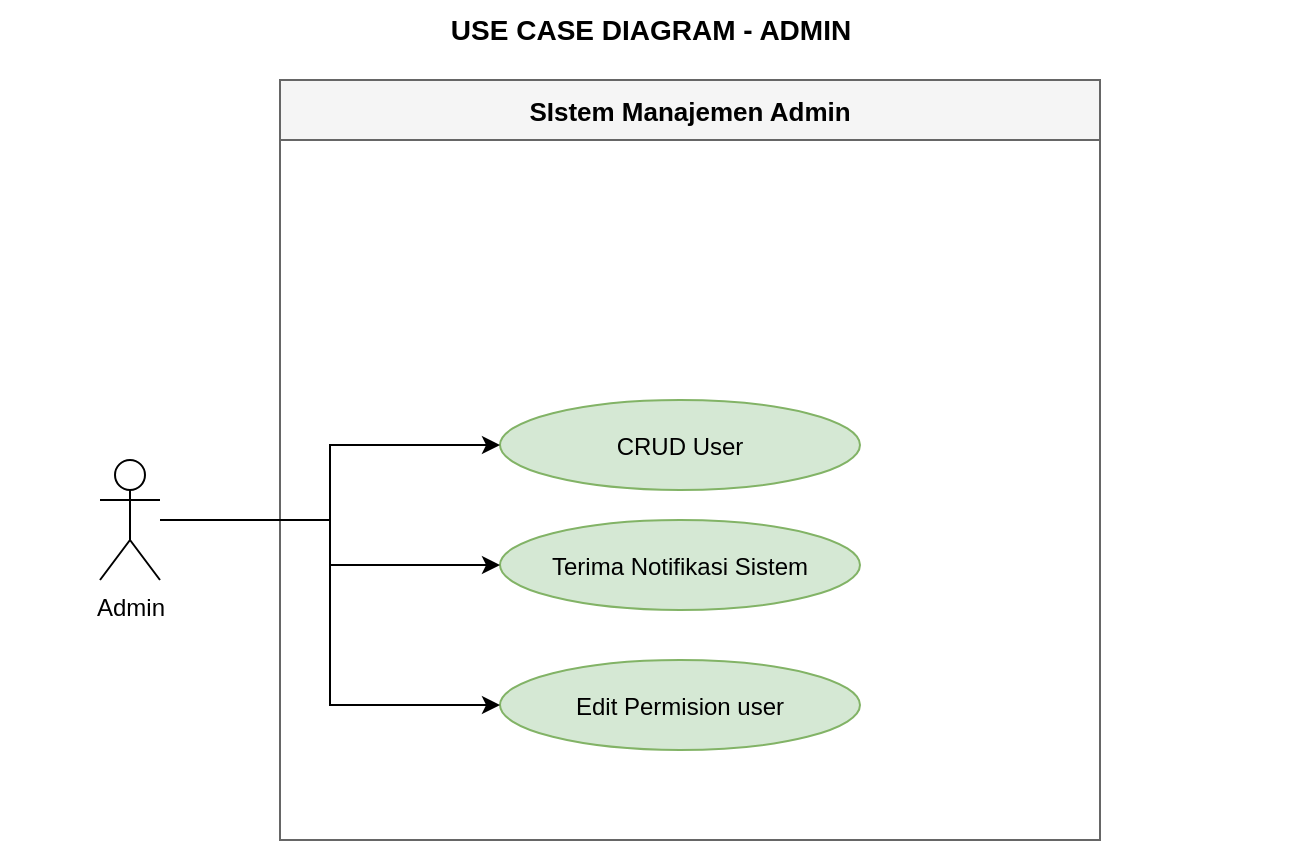
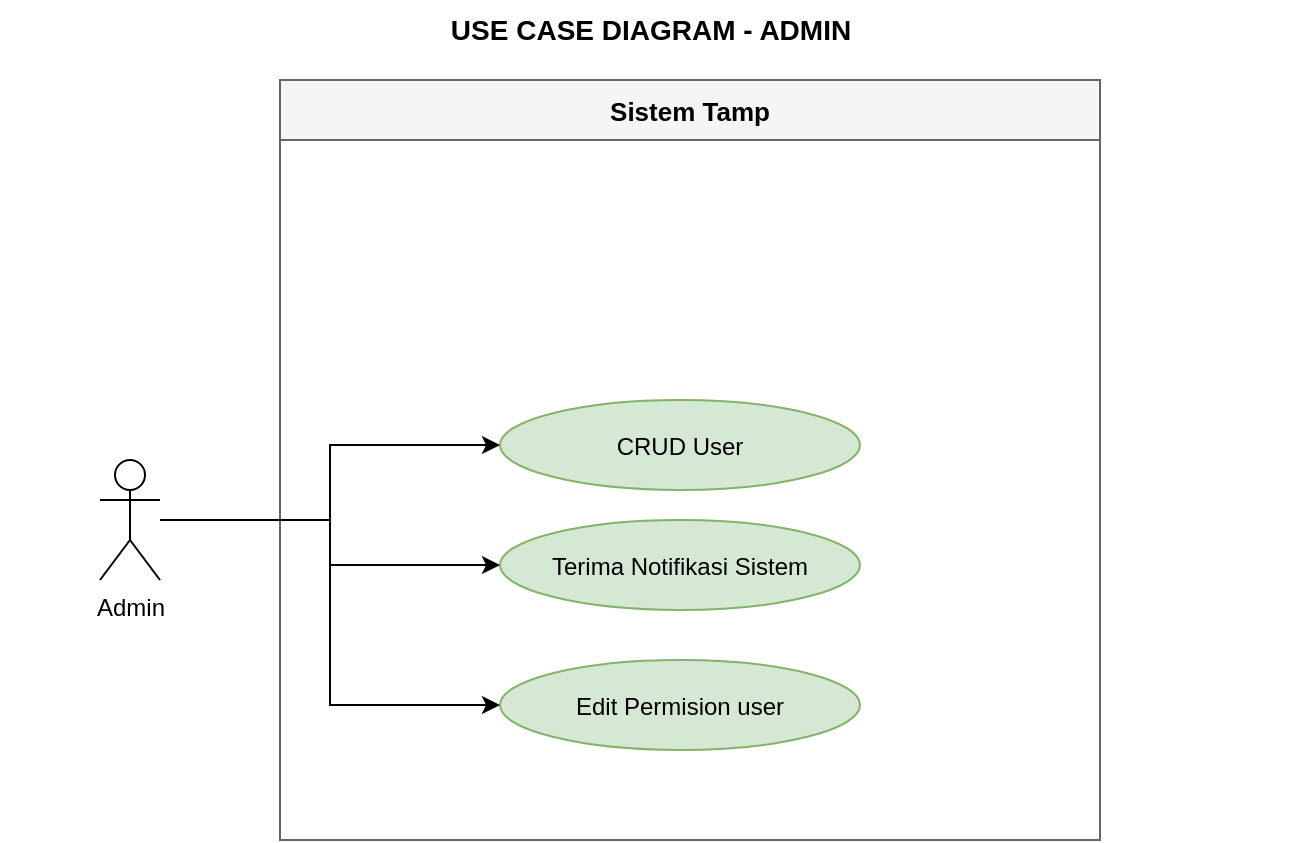
<mxfile host="app.diagrams.net">
  <diagram name="Page-1" id="07e47IpaDEZngo3Mefrk">
-     <mxGraphModel dx="1433" dy="1897" grid="1" gridSize="10" guides="1" tooltips="1" connect="1" arrows="1" fold="1" page="1" pageScale="1" pageWidth="827" pageHeight="1169" math="0" shadow="0">
+     <mxGraphModel dx="860" dy="1606" grid="1" gridSize="10" guides="1" tooltips="1" connect="1" arrows="1" fold="1" page="1" pageScale="1" pageWidth="827" pageHeight="1169" math="0" shadow="0">
      <root>
        <mxCell id="0" />
        <mxCell id="1" parent="0" />
-         <mxCell id="sys" parent="1" style="swimlane;startSize=30;fillColor=#f5f5f5;strokeColor=#666666;fontStyle=1;fontSize=13;" value="SIstem Manajemen Admin" vertex="1">
+         <mxCell id="sys" parent="1" style="swimlane;startSize=30;fillColor=#f5f5f5;strokeColor=#666666;fontStyle=1;fontSize=13;" value="Sistem Tamp" vertex="1">
          <mxGeometry height="380" width="410" x="160" y="20" as="geometry" />
        </mxCell>
        <mxCell id="uc7" parent="sys" style="ellipse;fillColor=#d5e8d4;strokeColor=#82b366;" value="CRUD User" vertex="1">
          <mxGeometry height="45" width="180" x="110" y="160" as="geometry" />
        </mxCell>
        <mxCell id="uc11" parent="sys" style="ellipse;fillColor=#d5e8d4;strokeColor=#82b366;" value="Terima Notifikasi Sistem" vertex="1">
          <mxGeometry height="45" width="180" x="110" y="220" as="geometry" />
        </mxCell>
        <mxCell id="Poq6jXN0e84af0s3L6gO-17" parent="sys" style="ellipse;fillColor=#d5e8d4;strokeColor=#82b366;" value="Edit Permision user" vertex="1">
          <mxGeometry height="45" width="180" x="110" y="290" as="geometry" />
        </mxCell>
        <mxCell id="title" parent="1" style="text;html=1;align=center;fontSize=14;" value="&lt;b&gt;USE CASE DIAGRAM - ADMIN&lt;/b&gt;" vertex="1">
          <mxGeometry height="30" width="650" x="20" y="-20" as="geometry" />
        </mxCell>
        <mxCell id="Poq6jXN0e84af0s3L6gO-15" edge="1" parent="1" source="Poq6jXN0e84af0s3L6gO-12" style="edgeStyle=orthogonalEdgeStyle;rounded=0;orthogonalLoop=1;jettySize=auto;html=1;" target="uc7">
          <mxGeometry relative="1" as="geometry" />
        </mxCell>
        <mxCell id="Poq6jXN0e84af0s3L6gO-16" edge="1" parent="1" source="Poq6jXN0e84af0s3L6gO-12" style="edgeStyle=orthogonalEdgeStyle;rounded=0;orthogonalLoop=1;jettySize=auto;html=1;entryX=0;entryY=0.5;entryDx=0;entryDy=0;" target="uc11">
          <mxGeometry relative="1" as="geometry" />
        </mxCell>
        <mxCell id="Poq6jXN0e84af0s3L6gO-18" edge="1" parent="1" source="Poq6jXN0e84af0s3L6gO-12" style="edgeStyle=orthogonalEdgeStyle;rounded=0;orthogonalLoop=1;jettySize=auto;html=1;entryX=0;entryY=0.5;entryDx=0;entryDy=0;" target="Poq6jXN0e84af0s3L6gO-17">
          <mxGeometry relative="1" as="geometry" />
        </mxCell>
        <mxCell id="Poq6jXN0e84af0s3L6gO-12" parent="1" style="shape=umlActor;verticalLabelPosition=bottom;verticalAlign=top;html=1;outlineConnect=0;" value="Admin" vertex="1">
          <mxGeometry height="60" width="30" x="70" y="210" as="geometry" />
        </mxCell>
      </root>
    </mxGraphModel>
  </diagram>
</mxfile>
